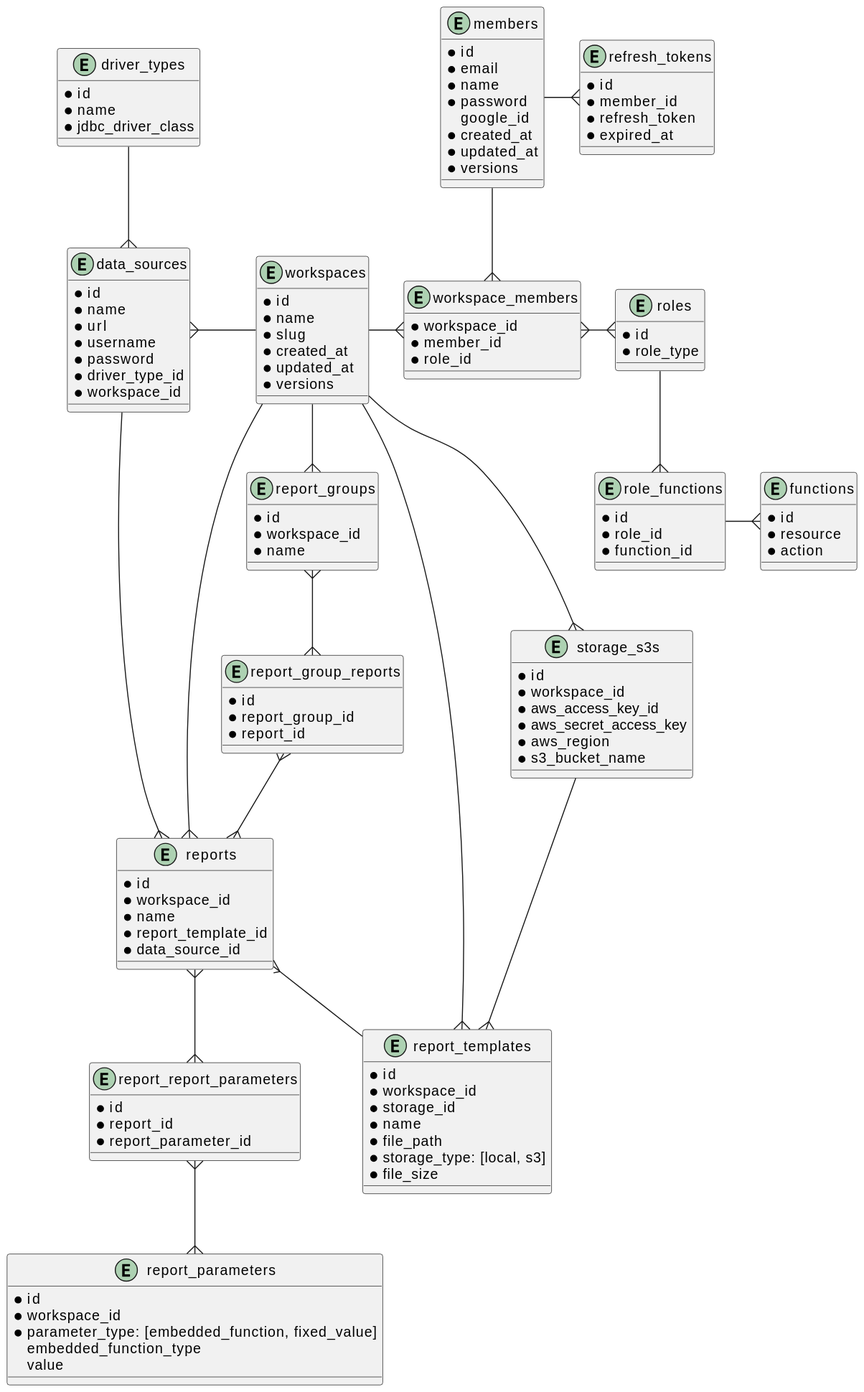
This is docs/db/diagram.svg from ijufumi/openreports-api, a PlantUML export, as it was before one commit.
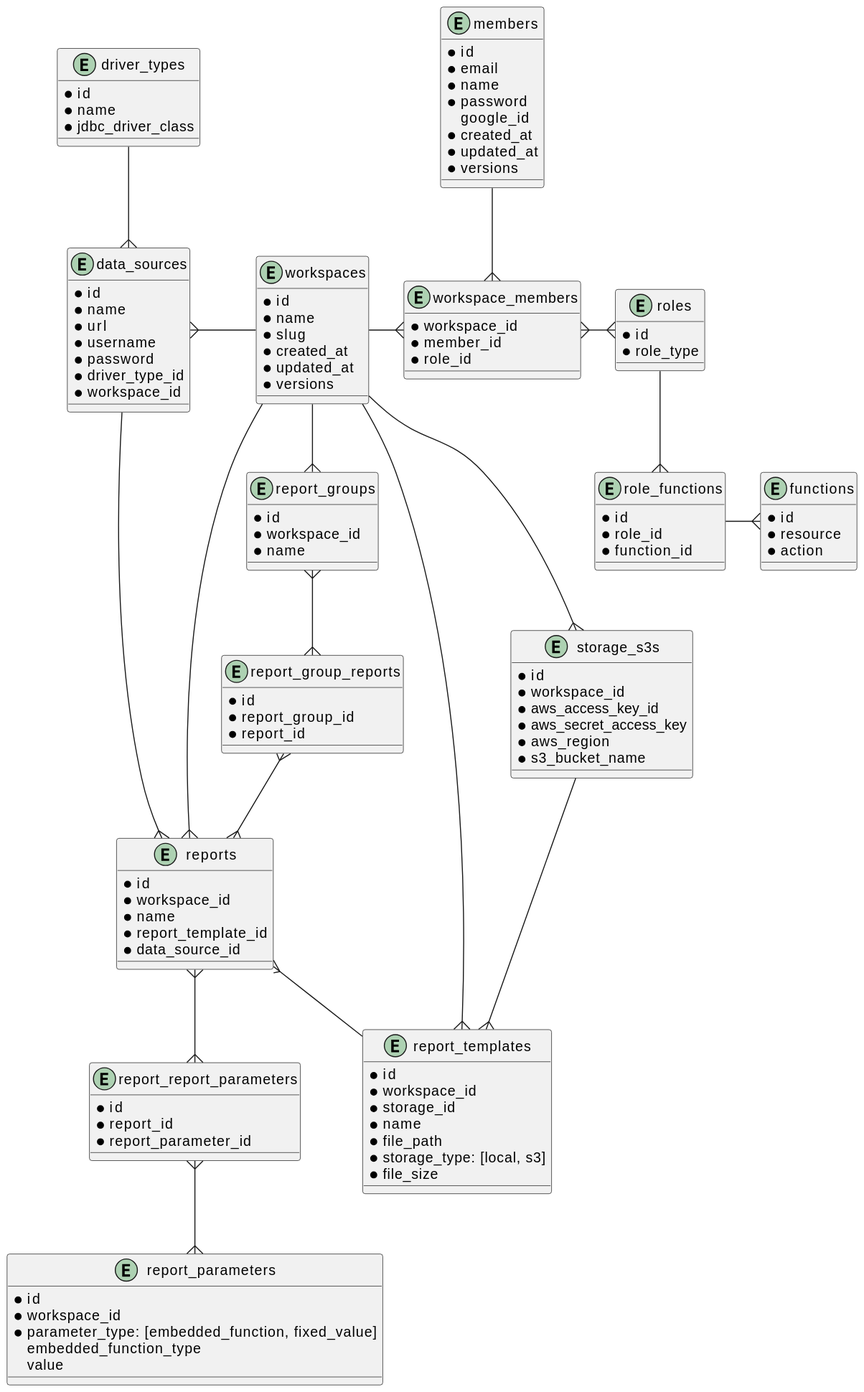
After the commit.

The edit, as a diff of the source:
```diff
@@ -111,13 +111,6 @@
   * s3_bucket_name
 }
 
-entity refresh_tokens {
-  * id
-  * member_id
-  * refresh_token
-  * expired_at
-}
-
 workspaces --r{ workspace_members
 workspace_members }--u members
 workspace_members }--r{ roles
@@ -136,5 +129,4 @@
 data_sources --{ reports
 workspaces --r{ storage_s3s
 storage_s3s --{ report_templates
-members --r{ refresh_tokens
 @enduml
```
